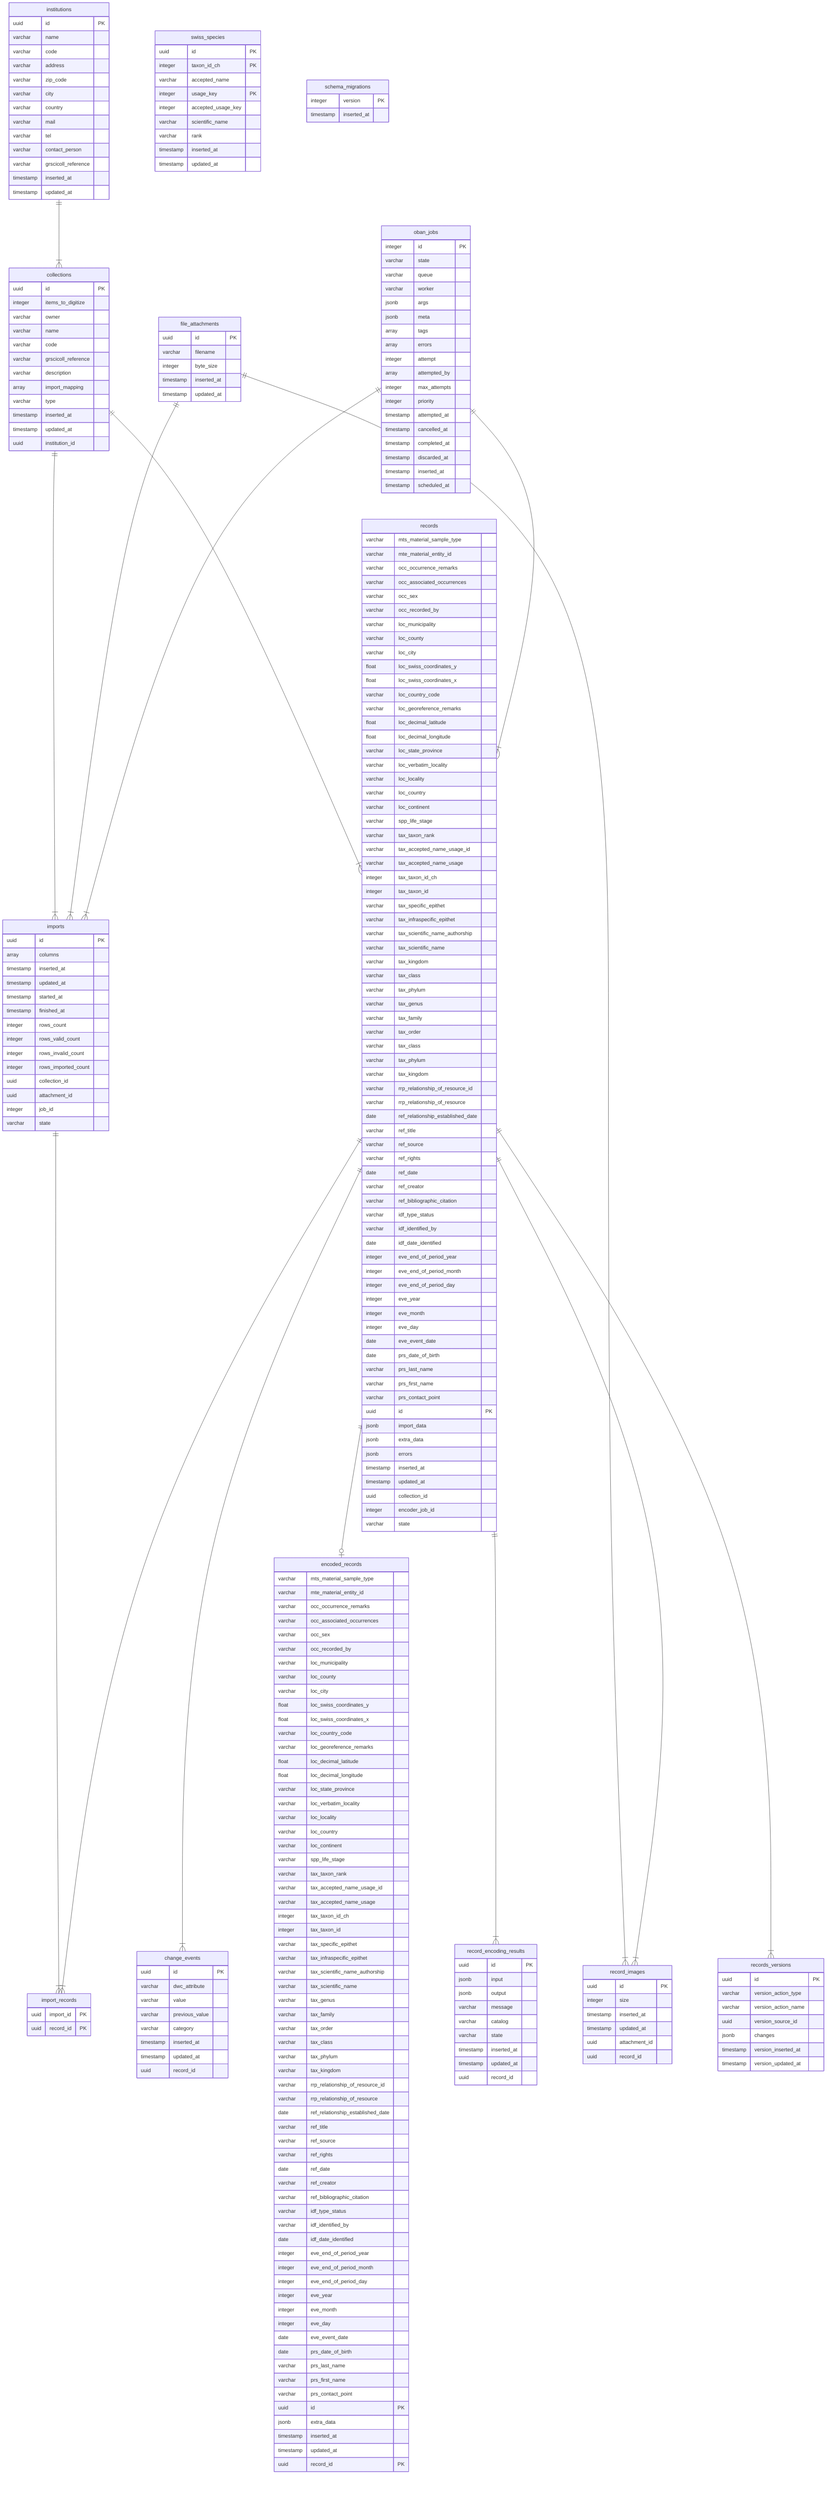
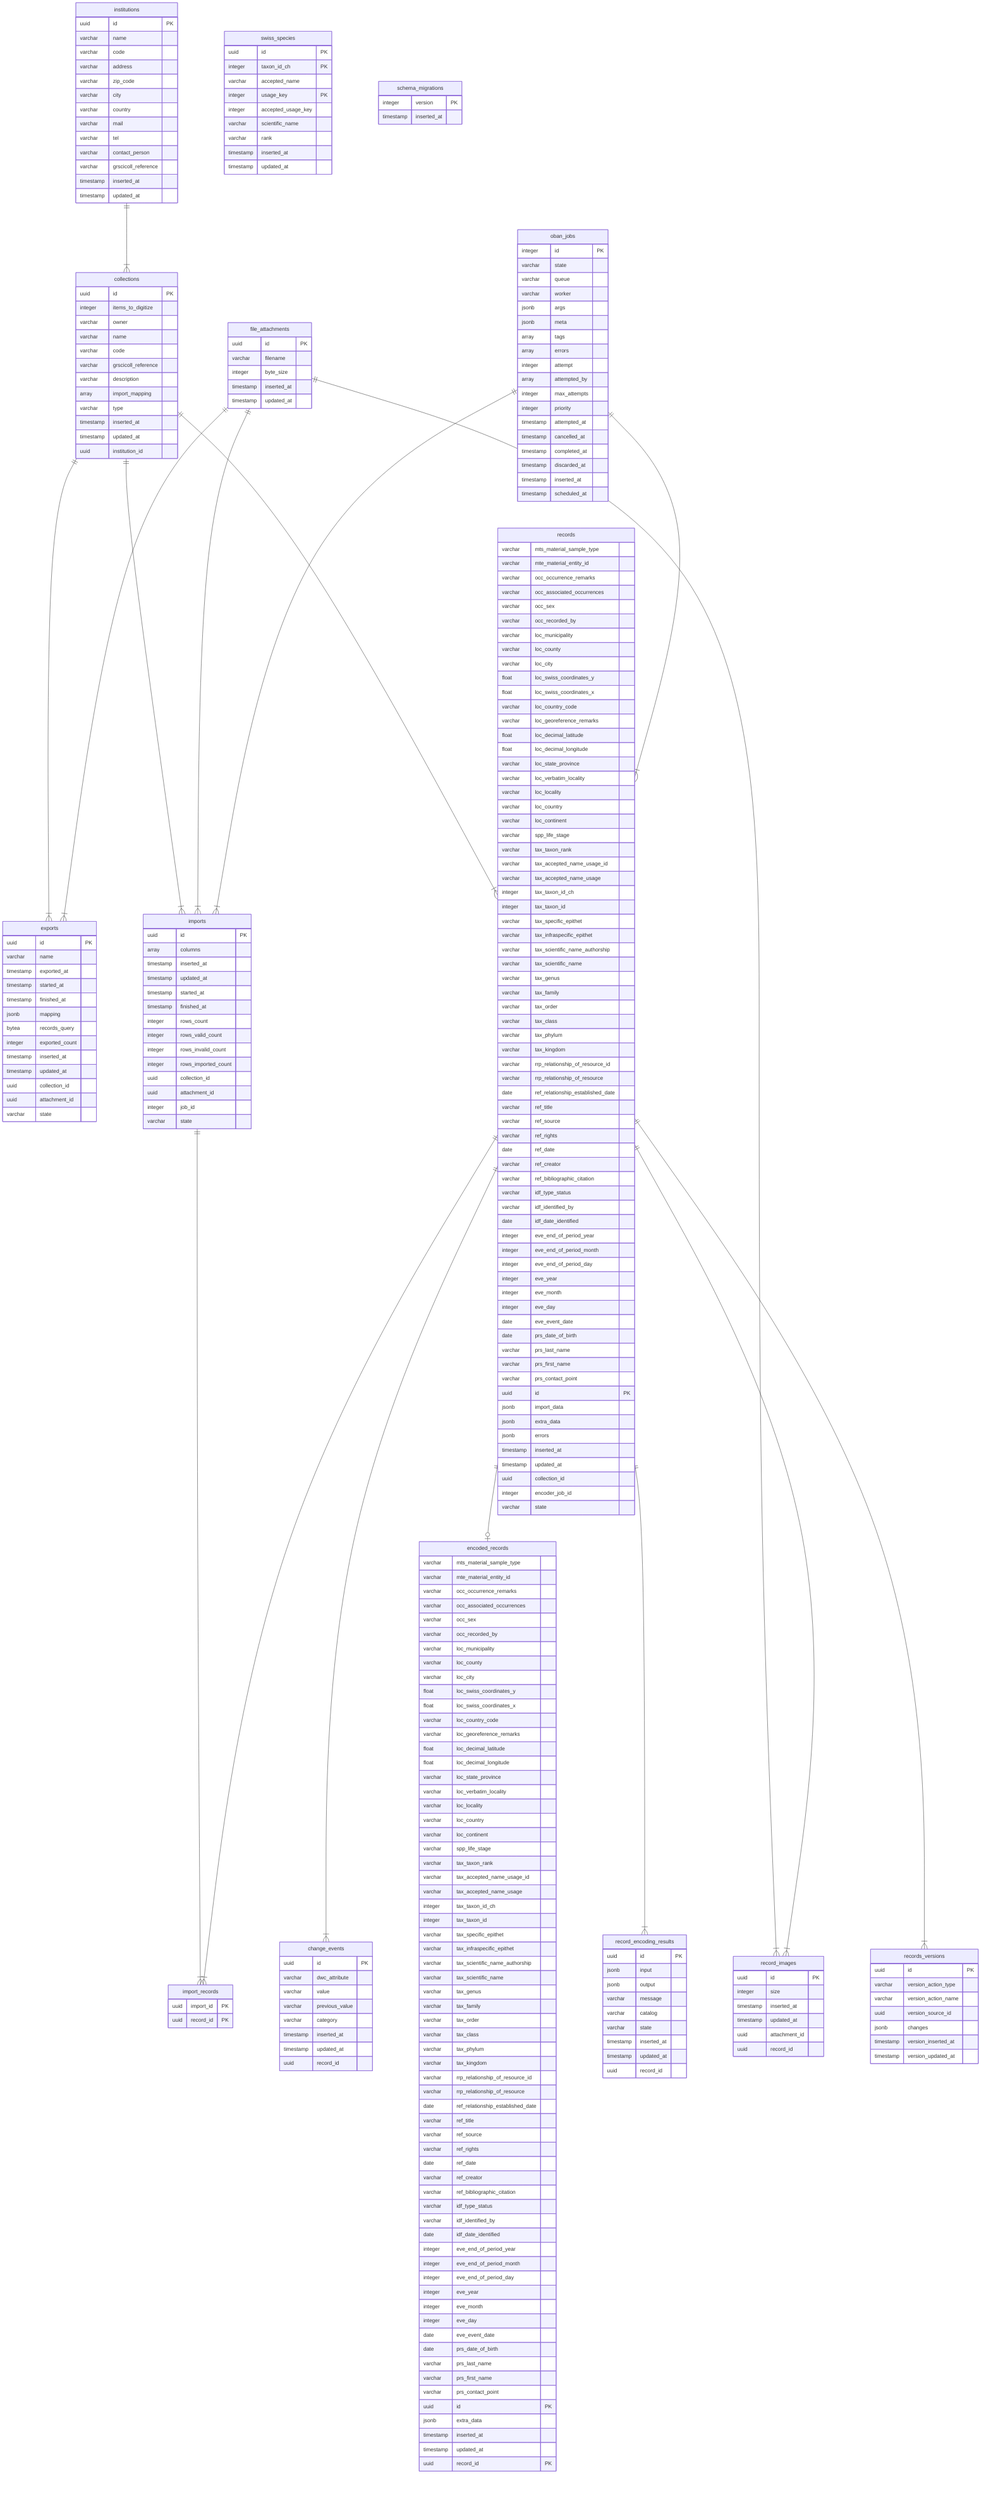
erDiagram
  file_attachments {
    uuid id PK
    varchar filename
    integer byte_size
    timestamp inserted_at
    timestamp updated_at
  }
  institutions {
    uuid id PK
    varchar name
    varchar code
    varchar address
    varchar zip_code
    varchar city
    varchar country
    varchar mail
    varchar tel
    varchar contact_person
    varchar grscicoll_reference
    timestamp inserted_at
    timestamp updated_at
  }
  change_events {
    uuid id PK
    varchar dwc_attribute
    varchar value
    varchar previous_value
    varchar category
    timestamp inserted_at
    timestamp updated_at
    uuid record_id
  }
  collections {
    uuid id PK
    integer items_to_digitize
    varchar owner
    varchar name
    varchar code
    varchar grscicoll_reference
    varchar description
    array import_mapping
    varchar type
    timestamp inserted_at
    timestamp updated_at
    uuid institution_id
  }
  encoded_records {
    varchar mts_material_sample_type
    varchar mte_material_entity_id
    varchar occ_occurrence_remarks
    varchar occ_associated_occurrences
    varchar occ_sex
    varchar occ_recorded_by
    varchar loc_municipality
    varchar loc_county
    varchar loc_city
    float loc_swiss_coordinates_y
    float loc_swiss_coordinates_x
    varchar loc_country_code
    varchar loc_georeference_remarks
    float loc_decimal_latitude
    float loc_decimal_longitude
    varchar loc_state_province
    varchar loc_verbatim_locality
    varchar loc_locality
    varchar loc_country
    varchar loc_continent
    varchar spp_life_stage
    varchar tax_taxon_rank
    varchar tax_accepted_name_usage_id
    varchar tax_accepted_name_usage
    integer tax_taxon_id_ch
    integer tax_taxon_id
    varchar tax_specific_epithet
    varchar tax_infraspecific_epithet
    varchar tax_scientific_name_authorship
    varchar tax_scientific_name
    varchar tax_genus
    varchar tax_family
    varchar tax_order
    varchar tax_class
    varchar tax_phylum
    varchar tax_kingdom
    varchar rrp_relationship_of_resource_id
    varchar rrp_relationship_of_resource
    date ref_relationship_established_date
    varchar ref_title
    varchar ref_source
    varchar ref_rights
    date ref_date
    varchar ref_creator
    varchar ref_bibliographic_citation
    varchar idf_type_status
    varchar idf_identified_by
    date idf_date_identified
    integer eve_end_of_period_year
    integer eve_end_of_period_month
    integer eve_end_of_period_day
    integer eve_year
    integer eve_month
    integer eve_day
    date eve_event_date
    date prs_date_of_birth
    varchar prs_last_name
    varchar prs_first_name
    varchar prs_contact_point
    uuid id PK
    jsonb extra_data
    timestamp inserted_at
    timestamp updated_at
    uuid record_id PK
  }
  record_encoding_results {
    uuid id PK
    jsonb input
    jsonb output
    varchar message
    varchar catalog
    varchar state
    timestamp inserted_at
    timestamp updated_at
    uuid record_id
  }
+   exports {
+     uuid id PK
+     varchar name
+     timestamp exported_at
+     timestamp started_at
+     timestamp finished_at
+     jsonb mapping
+     bytea records_query
+     integer exported_count
+     timestamp inserted_at
+     timestamp updated_at
+     uuid collection_id
+     uuid attachment_id
+     varchar state
+   }
  imports {
    uuid id PK
    array columns
    timestamp inserted_at
    timestamp updated_at
    timestamp started_at
    timestamp finished_at
    integer rows_count
    integer rows_valid_count
    integer rows_invalid_count
    integer rows_imported_count
    uuid collection_id
    uuid attachment_id
    integer job_id
    varchar state
  }
  import_records {
    uuid import_id PK
    uuid record_id PK
  }
  records {
    varchar mts_material_sample_type
    varchar mte_material_entity_id
    varchar occ_occurrence_remarks
    varchar occ_associated_occurrences
    varchar occ_sex
    varchar occ_recorded_by
    varchar loc_municipality
    varchar loc_county
    varchar loc_city
    float loc_swiss_coordinates_y
    float loc_swiss_coordinates_x
    varchar loc_country_code
    varchar loc_georeference_remarks
    float loc_decimal_latitude
    float loc_decimal_longitude
    varchar loc_state_province
    varchar loc_verbatim_locality
    varchar loc_locality
    varchar loc_country
    varchar loc_continent
    varchar spp_life_stage
    varchar tax_taxon_rank
    varchar tax_accepted_name_usage_id
    varchar tax_accepted_name_usage
    integer tax_taxon_id_ch
    integer tax_taxon_id
    varchar tax_specific_epithet
    varchar tax_infraspecific_epithet
    varchar tax_scientific_name_authorship
    varchar tax_scientific_name
-     varchar tax_kingdom
-     varchar tax_class
-     varchar tax_phylum
    varchar tax_genus
    varchar tax_family
    varchar tax_order
    varchar tax_class
    varchar tax_phylum
    varchar tax_kingdom
    varchar rrp_relationship_of_resource_id
    varchar rrp_relationship_of_resource
    date ref_relationship_established_date
    varchar ref_title
    varchar ref_source
    varchar ref_rights
    date ref_date
    varchar ref_creator
    varchar ref_bibliographic_citation
    varchar idf_type_status
    varchar idf_identified_by
    date idf_date_identified
    integer eve_end_of_period_year
    integer eve_end_of_period_month
    integer eve_end_of_period_day
    integer eve_year
    integer eve_month
    integer eve_day
    date eve_event_date
    date prs_date_of_birth
    varchar prs_last_name
    varchar prs_first_name
    varchar prs_contact_point
    uuid id PK
    jsonb import_data
    jsonb extra_data
    jsonb errors
    timestamp inserted_at
    timestamp updated_at
    uuid collection_id
    integer encoder_job_id
    varchar state
  }
  record_images {
    uuid id PK
    integer size
    timestamp inserted_at
    timestamp updated_at
    uuid attachment_id
    uuid record_id
  }
  records_versions {
    uuid id PK
    varchar version_action_type
    varchar version_action_name
    uuid version_source_id
    jsonb changes
    timestamp version_inserted_at
    timestamp version_updated_at
  }
  swiss_species {
    uuid id PK
    integer taxon_id_ch PK
    varchar accepted_name
    integer usage_key PK
    integer accepted_usage_key
    varchar scientific_name
    varchar rank
    timestamp inserted_at
    timestamp updated_at
  }
  schema_migrations {
    integer version PK
    timestamp inserted_at
  }
  oban_jobs {
    integer id PK
    varchar state
    varchar queue
    varchar worker
    jsonb args
    jsonb meta
    array tags
    array errors
    integer attempt
    array attempted_by
    integer max_attempts
    integer priority
    timestamp attempted_at
    timestamp cancelled_at
    timestamp completed_at
    timestamp discarded_at
    timestamp inserted_at
    timestamp scheduled_at
  }
+   collections ||--|{ exports : ""
  collections ||--|{ imports : ""
  collections ||--|{ records : ""
+   file_attachments ||--|{ exports : ""
  file_attachments ||--|{ imports : ""
  file_attachments ||--|{ record_images : ""
  imports ||--|{ import_records : ""
  institutions ||--|{ collections : ""
  oban_jobs ||--|{ imports : ""
  oban_jobs ||--|{ records : ""
  records ||--|{ change_events : ""
  records ||--o| encoded_records : ""
  records ||--|{ import_records : ""
  records ||--|{ record_encoding_results : ""
  records ||--|{ record_images : ""
  records ||--|{ records_versions : ""
